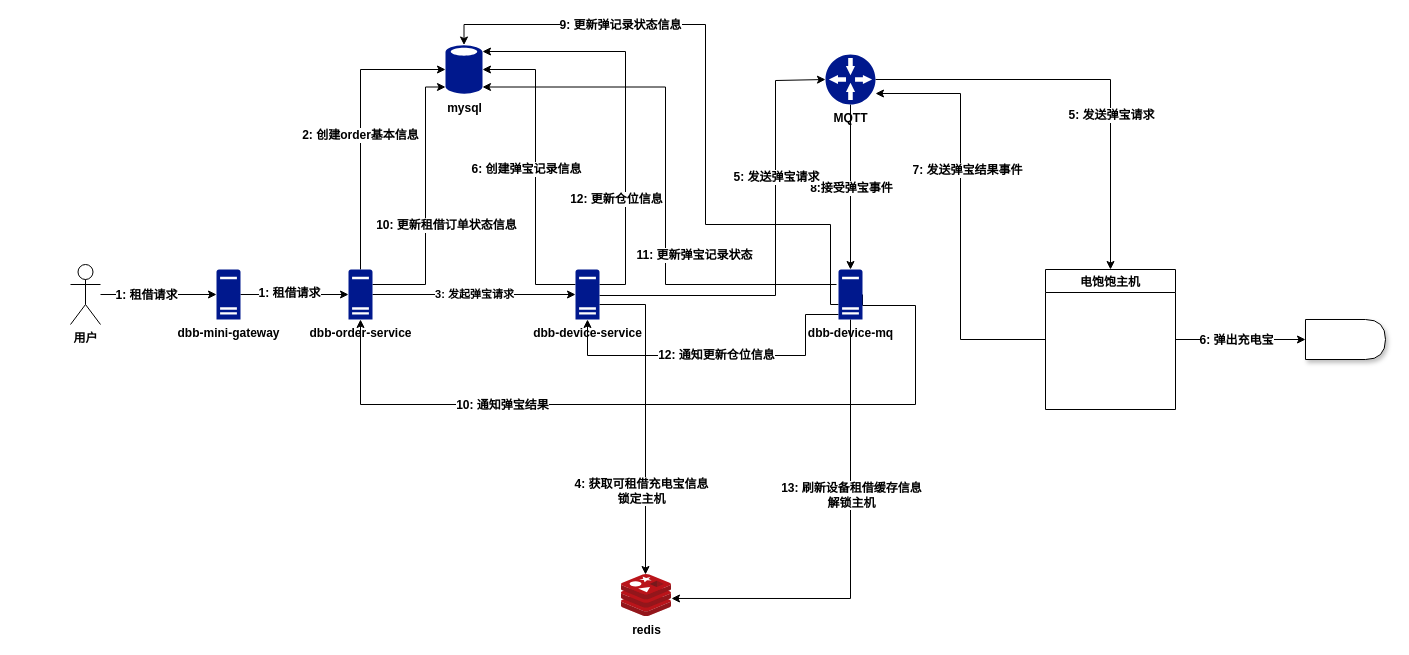
This is dbb work flow.drawio from unmurphy/markdown-photo, a draw.io file, before an edit. Source tidied: cells renumbered, new cells numbered last; positions are measured from the earlier drawing's top-left corner, leaving out a move shared by most shapes. Both pictures are drawn from the tidied source at 100%, with x=0, y=0 at pixel (70, 24).
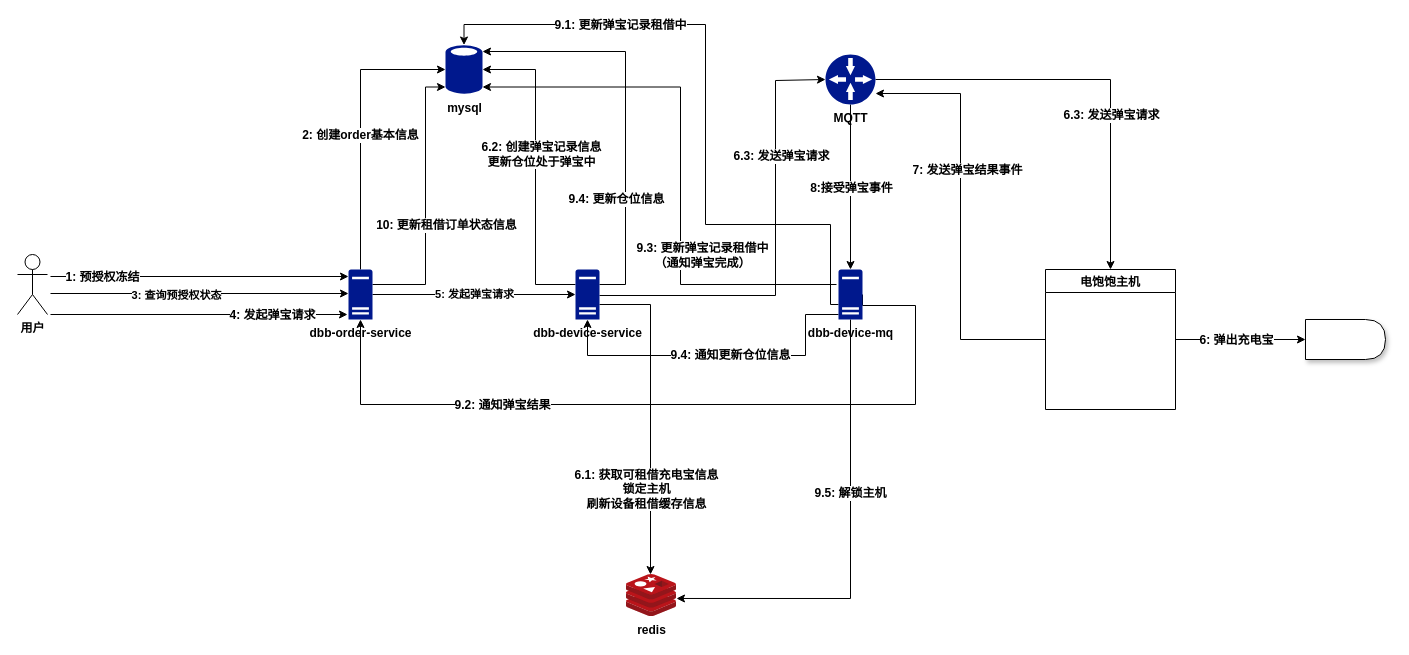
The same diagram, later.

The change refers to these unchanged cells:
```xml
<mxCell id="10" style="edgeStyle=orthogonalEdgeStyle;rounded=0;jettySize=auto;html=1;entryX=0.5;entryY=0;entryDx=0;entryDy=0;" parent="1" edge="1" source="14" target="9">
  <mxGeometry relative="1" as="geometry" />
</mxCell>
<mxCell id="20" value="dbb-order-service" style="shadow=0;dashed=0;html=1;strokeColor=none;labelPosition=center;verticalLabelPosition=bottom;verticalAlign=top;align=center;fillColor=#00188D;shape=mxgraph.mscae.enterprise.server_generic;fontStyle=1;" parent="1" vertex="1">
  <mxGeometry x="278" y="245" width="24" height="50" as="geometry" />
</mxCell>
<mxCell id="21" style="edgeStyle=orthogonalEdgeStyle;rounded=0;jettySize=auto;html=1;entryX=1;entryY=0.5;entryDx=0;entryDy=0;entryPerimeter=0;" parent="1" edge="1" source="31" target="35">
  <mxGeometry relative="1" as="geometry">
    <Array as="points">
      <mxPoint x="465" y="260" />
      <mxPoint x="465" y="45" />
    </Array>
  </mxGeometry>
</mxCell>
<mxCell id="25" style="edgeStyle=orthogonalEdgeStyle;rounded=0;jettySize=auto;html=1;entryX=0;entryY=0.5;entryDx=0;entryDy=0;entryPerimeter=0;" parent="1" edge="1" source="31" target="14">
  <mxGeometry relative="1" as="geometry">
    <Array as="points">
      <mxPoint x="705" y="271" />
      <mxPoint x="705" y="56" />
    </Array>
  </mxGeometry>
</mxCell>
<mxCell id="29" style="edgeStyle=orthogonalEdgeStyle;rounded=0;jettySize=auto;html=1;entryX=1;entryY=0.14;entryDx=0;entryDy=0;entryPerimeter=0;" parent="1" edge="1" source="31" target="35">
  <mxGeometry relative="1" as="geometry">
    <Array as="points">
      <mxPoint x="555" y="260" />
      <mxPoint x="555" y="27" />
    </Array>
  </mxGeometry>
</mxCell>
<mxCell id="31" value="dbb-device-service" style="shadow=0;dashed=0;html=1;strokeColor=none;labelPosition=center;verticalLabelPosition=bottom;verticalAlign=top;align=center;fillColor=#00188D;shape=mxgraph.mscae.enterprise.server_generic;fontStyle=1;" parent="1" vertex="1">
  <mxGeometry x="505" y="245" width="24" height="50" as="geometry" />
</mxCell>
<mxCell id="35" value="mysql" style="shadow=0;dashed=0;html=1;strokeColor=none;labelPosition=center;verticalLabelPosition=bottom;verticalAlign=top;align=center;fillColor=#00188D;shape=mxgraph.mscae.enterprise.database_generic;fontStyle=1;" parent="1" vertex="1">
  <mxGeometry x="375" y="20" width="37" height="50" as="geometry" />
</mxCell>
<mxCell id="38" style="edgeStyle=orthogonalEdgeStyle;rounded=0;jettySize=auto;html=1;entryX=0.5;entryY=0.01;entryDx=0;entryDy=0;entryPerimeter=0;" parent="1" edge="1" source="46" target="35">
  <mxGeometry relative="1" as="geometry">
    <Array as="points">
      <mxPoint x="760" y="280" />
      <mxPoint x="760" y="200" />
      <mxPoint x="635" y="200" />
      <mxPoint x="635" />
      <mxPoint x="394" />
    </Array>
  </mxGeometry>
</mxCell>
<mxCell id="40" style="edgeStyle=orthogonalEdgeStyle;rounded=0;jettySize=auto;html=1;entryX=0.5;entryY=1;entryDx=0;entryDy=0;entryPerimeter=0;exitX=1;exitY=0.5;exitDx=0;exitDy=0;exitPerimeter=0;" parent="1" edge="1" source="46" target="20">
  <mxGeometry relative="1" as="geometry">
    <Array as="points">
      <mxPoint x="792" y="281" />
      <mxPoint x="845" y="281" />
      <mxPoint x="845" y="380" />
      <mxPoint x="290" y="380" />
    </Array>
  </mxGeometry>
</mxCell>
<mxCell id="42" style="edgeStyle=orthogonalEdgeStyle;rounded=0;jettySize=auto;html=1;entryX=0.5;entryY=1;entryDx=0;entryDy=0;entryPerimeter=0;" parent="1" edge="1" source="46" target="31">
  <mxGeometry relative="1" as="geometry">
    <Array as="points">
      <mxPoint x="735" y="290" />
      <mxPoint x="735" y="331" />
      <mxPoint x="517" y="331" />
    </Array>
  </mxGeometry>
</mxCell>
<mxCell id="44" style="edgeStyle=orthogonalEdgeStyle;rounded=0;jettySize=auto;html=1;entryX=1;entryY=0.571;entryDx=0;entryDy=0;entryPerimeter=0;" parent="1" edge="1" source="46" target="36">
  <mxGeometry relative="1" as="geometry">
    <Array as="points">
      <mxPoint x="780" y="574" />
    </Array>
  </mxGeometry>
</mxCell>
```

Diff of the diagram source:
```diff
@@
-    <mxCell id="2" style="edgeStyle=orthogonalEdgeStyle;rounded=0;jettySize=auto;html=1;entryX=0;entryY=0.5;entryDx=0;entryDy=0;entryPerimeter=0;fontStyle=1;" parent="1" edge="1" source="4" target="34">
-      <mxGeometry relative="1" as="geometry" />
+    <mxCell id="2" style="edgeStyle=orthogonalEdgeStyle;rounded=0;orthogonalLoop=1;jettySize=auto;html=1;fontStyle=1;" parent="1" edge="1">
+      <mxGeometry relative="1" as="geometry">
+        <mxPoint x="-20" y="252" as="sourcePoint" />
+        <mxPoint x="278" y="252" as="targetPoint" />
+      </mxGeometry>
     </mxCell>
-    <mxCell id="3" value="1: 租借请求" style="text;html=1;align=center;verticalAlign=middle;labelBackgroundColor=#ffffff;fontStyle=1;" parent="2" vertex="1">
-      <mxGeometry x="-0.23" relative="1" as="geometry" />
+    <mxCell id="3" value="1: 预授权冻结" style="text;html=1;align=center;verticalAlign=middle;labelBackgroundColor=#ffffff;fontStyle=1;" parent="2" vertex="1">
+      <mxGeometry x="-0.23" relative="1" as="geometry">
+        <mxPoint x="-64" as="offset" />
+      </mxGeometry>
     </mxCell>
+    <mxCell id="47" style="edgeStyle=orthogonalEdgeStyle;rounded=0;orthogonalLoop=1;jettySize=auto;html=1;entryX=0;entryY=0.5;entryDx=0;entryDy=0;entryPerimeter=0;fontStyle=1;" parent="1" edge="1">
+      <mxGeometry x="0.08" relative="1" as="geometry">
+        <mxPoint x="-20" y="269" as="sourcePoint" />
+        <mxPoint x="278" y="269" as="targetPoint" />
+      </mxGeometry>
+    </mxCell>
+    <mxCell id="48" value="&lt;span style=&quot;font-size: 11px ; font-weight: 700&quot;&gt;3: 查询预授权状态&lt;/span&gt;" style="text;html=1;align=center;verticalAlign=middle;labelBackgroundColor=#ffffff;" parent="47" vertex="1">
+      <mxGeometry x="-0.58" y="-1" relative="1" as="geometry">
+        <mxPoint x="62" as="offset" />
+      </mxGeometry>
+    </mxCell>
+    <mxCell id="49" style="edgeStyle=orthogonalEdgeStyle;rounded=0;orthogonalLoop=1;jettySize=auto;html=1;" parent="1" edge="1">
+      <mxGeometry relative="1" as="geometry">
+        <mxPoint x="-20" y="290" as="sourcePoint" />
+        <mxPoint x="277" y="290" as="targetPoint" />
+      </mxGeometry>
+    </mxCell>
+    <mxCell id="50" value="4: 发起弹宝请求" style="text;html=1;align=center;verticalAlign=middle;labelBackgroundColor=#ffffff;fontStyle=1;" parent="49" vertex="1">
+      <mxGeometry x="0.1" y="1" relative="1" as="geometry">
+        <mxPoint x="58" y="1" as="offset" />
+      </mxGeometry>
+    </mxCell>
     <mxCell id="4" value="&lt;b&gt;用户&lt;/b&gt;" style="shape=umlActor;verticalLabelPosition=bottom;labelBackgroundColor=#ffffff;verticalAlign=top;html=1;outlineConnect=0;" parent="1" vertex="1">
-      <mxGeometry y="240" width="30" height="60" as="geometry" />
+      <mxGeometry x="-53" y="230" width="30" height="60" as="geometry" />
     </mxCell>
@@
-    <mxCell id="11" value="&lt;b&gt;5: 发送弹宝请求&lt;/b&gt;" style="text;html=1;align=center;verticalAlign=middle;labelBackgroundColor=#ffffff;" parent="10" vertex="1">
+    <mxCell id="11" value="&lt;b&gt;6.3: 发送弹宝请求&lt;/b&gt;" style="text;html=1;align=center;verticalAlign=middle;labelBackgroundColor=#ffffff;" parent="10" vertex="1">
       <mxGeometry x="0.27" relative="1" as="geometry" />
     </mxCell>
@@
-    <mxCell id="17" value="&lt;b&gt;3: 发起弹宝请求&lt;br&gt;&lt;/b&gt;" style="edgeStyle=orthogonalEdgeStyle;rounded=0;jettySize=auto;html=1;entryX=0;entryY=0.5;entryDx=0;entryDy=0;entryPerimeter=0;" parent="1" edge="1" source="20" target="31">
+    <mxCell id="17" value="&lt;b&gt;5: 发起弹宝请求&lt;br&gt;&lt;/b&gt;" style="edgeStyle=orthogonalEdgeStyle;rounded=0;jettySize=auto;html=1;entryX=0;entryY=0.5;entryDx=0;entryDy=0;entryPerimeter=0;" parent="1" edge="1" source="20" target="31">
       <mxGeometry relative="1" as="geometry" />
     </mxCell>
@@
-    <mxCell id="22" value="6: 创建弹宝记录信息" style="text;html=1;align=center;verticalAlign=middle;labelBackgroundColor=#ffffff;fontStyle=1;" parent="21" vertex="1">
+    <mxCell id="22" value="6.2: 创建弹宝记录信息&lt;br&gt;更新仓位处于弹宝中" style="text;html=1;align=center;verticalAlign=middle;labelBackgroundColor=#ffffff;fontStyle=1;" parent="21" vertex="1">
       <mxGeometry x="-0.02" y="-1" relative="1" as="geometry">
-        <mxPoint x="-11" y="-5" as="offset" />
+        <mxPoint x="4" y="-20" as="offset" />
       </mxGeometry>
     </mxCell>
     <mxCell id="23" style="edgeStyle=orthogonalEdgeStyle;rounded=0;jettySize=auto;html=1;" parent="1" edge="1" source="31" target="36">
       <mxGeometry relative="1" as="geometry">
         <Array as="points">
-          <mxPoint x="575" y="280" />
+          <mxPoint x="580" y="280" />
         </Array>
       </mxGeometry>
     </mxCell>
-    <mxCell id="24" value="4: 获取可租借充电宝信息&lt;br&gt;锁定主机" style="text;html=1;align=center;verticalAlign=middle;labelBackgroundColor=#ffffff;fontStyle=1;" parent="23" vertex="1">
+    <mxCell id="24" value="6.1: 获取可租借充电宝信息&lt;br&gt;锁定主机&lt;br&gt;刷新设备租借缓存信息" style="text;html=1;align=center;verticalAlign=middle;labelBackgroundColor=#ffffff;fontStyle=1;" parent="23" vertex="1">
       <mxGeometry x="0.24" y="-3" relative="1" as="geometry">
         <mxPoint x="-2" y="36" as="offset" />
       </mxGeometry>
     </mxCell>
@@
-    <mxCell id="26" value="&lt;b&gt;5: 发送弹宝请求&lt;br&gt;&lt;/b&gt;" style="text;html=1;align=center;verticalAlign=middle;labelBackgroundColor=#ffffff;" parent="25" vertex="1">
+    <mxCell id="26" value="&lt;b&gt;6.3: 发送弹宝请求&lt;br&gt;&lt;/b&gt;" style="text;html=1;align=center;verticalAlign=middle;labelBackgroundColor=#ffffff;" parent="25" vertex="1">
       <mxGeometry x="-0.1" y="1" relative="1" as="geometry">
-        <mxPoint x="1" y="-97" as="offset" />
+        <mxPoint x="6" y="-118" as="offset" />
       </mxGeometry>
     </mxCell>
     <mxCell id="27" style="edgeStyle=orthogonalEdgeStyle;rounded=0;jettySize=auto;html=1;entryX=1;entryY=0.85;entryDx=0;entryDy=0;entryPerimeter=0;" parent="1" edge="1" target="35">
       <mxGeometry relative="1" as="geometry">
         <mxPoint x="766" y="260" as="sourcePoint" />
         <Array as="points">
-          <mxPoint x="766" y="260" />
-          <mxPoint x="595" y="260" />
-          <mxPoint x="595" y="63" />
+          <mxPoint x="610" y="260" />
+          <mxPoint x="610" y="63" />
         </Array>
       </mxGeometry>
     </mxCell>
-    <mxCell id="28" value="11: 更新弹宝记录状态" style="text;html=1;align=center;verticalAlign=middle;labelBackgroundColor=#ffffff;fontStyle=1;" parent="27" vertex="1">
+    <mxCell id="28" value="9.3: 更新弹宝记录租借中&lt;br&gt;（通知弹宝完成）" style="text;html=1;align=center;verticalAlign=middle;labelBackgroundColor=#ffffff;fontStyle=1;" parent="27" vertex="1">
       <mxGeometry x="-0.6" relative="1" as="geometry">
-        <mxPoint x="-33" y="-30" as="offset" />
+        <mxPoint x="-25" y="-30" as="offset" />
       </mxGeometry>
     </mxCell>
@@
-    <mxCell id="30" value="12: 更新仓位信息" style="text;html=1;align=center;verticalAlign=middle;labelBackgroundColor=#ffffff;fontStyle=1;" parent="29" vertex="1">
+    <mxCell id="30" value="9.4: 更新仓位信息" style="text;html=1;align=center;verticalAlign=middle;labelBackgroundColor=#ffffff;fontStyle=1;" parent="29" vertex="1">
       <mxGeometry x="0.07" y="1" relative="1" as="geometry">
         <mxPoint x="-9" y="103" as="offset" />
       </mxGeometry>
     </mxCell>
@@
-    <mxCell id="32" style="edgeStyle=orthogonalEdgeStyle;rounded=0;jettySize=auto;html=1;entryX=0;entryY=0.5;entryDx=0;entryDy=0;entryPerimeter=0;" parent="1" edge="1" source="34" target="20">
-      <mxGeometry relative="1" as="geometry" />
-    </mxCell>
-    <mxCell id="33" value="1: 租借请求" style="text;html=1;align=center;verticalAlign=middle;labelBackgroundColor=#ffffff;fontStyle=1;" parent="32" vertex="1">
-      <mxGeometry x="-0.22" y="2" relative="1" as="geometry">
-        <mxPoint x="6" as="offset" />
-      </mxGeometry>
-    </mxCell>
-    <mxCell id="34" value="dbb-mini-gateway" style="shadow=0;dashed=0;html=1;strokeColor=none;labelPosition=center;verticalLabelPosition=bottom;verticalAlign=top;align=center;fillColor=#00188D;shape=mxgraph.mscae.enterprise.server_generic;fontStyle=1;" parent="1" vertex="1">
-      <mxGeometry x="146" y="245" width="24" height="50" as="geometry" />
-    </mxCell>
@@
     <mxCell id="36" value="redis" style="html=1;points=[];align=center;image;fontSize=12;image=img/lib/mscae/Cache_Redis_Product.svg;fontStyle=1;" parent="1" vertex="1">
-      <mxGeometry x="551" y="550" width="50" height="42" as="geometry" />
+      <mxGeometry x="556" y="550" width="50" height="42" as="geometry" />
     </mxCell>
@@
-    <mxCell id="39" value="&lt;b&gt;9: 更新弹记录状态信息&lt;/b&gt;" style="text;html=1;align=center;verticalAlign=middle;labelBackgroundColor=#ffffff;" parent="38" vertex="1">
+    <mxCell id="39" value="&lt;b&gt;9.1: 更新弹宝记录租借中&lt;/b&gt;" style="text;html=1;align=center;verticalAlign=middle;labelBackgroundColor=#ffffff;" parent="38" vertex="1">
       <mxGeometry x="0.56" y="-1" relative="1" as="geometry">
         <mxPoint x="28" y="1" as="offset" />
       </mxGeometry>
     </mxCell>
@@
-    <mxCell id="41" value="&lt;b&gt;10: 通知弹宝结果&lt;/b&gt;" style="text;html=1;align=center;verticalAlign=middle;labelBackgroundColor=#ffffff;" parent="40" vertex="1">
+    <mxCell id="41" value="&lt;b&gt;9.2: 通知弹宝结果&lt;/b&gt;" style="text;html=1;align=center;verticalAlign=middle;labelBackgroundColor=#ffffff;" parent="40" vertex="1">
       <mxGeometry x="0.02" y="1" relative="1" as="geometry">
         <mxPoint x="-167" y="-1" as="offset" />
       </mxGeometry>
     </mxCell>
@@
-    <mxCell id="43" value="12: 通知更新仓位信息" style="text;html=1;align=center;verticalAlign=middle;labelBackgroundColor=#ffffff;fontStyle=1;" parent="42" vertex="1">
+    <mxCell id="43" value="9.4: 通知更新仓位信息" style="text;html=1;align=center;verticalAlign=middle;labelBackgroundColor=#ffffff;fontStyle=1;" parent="42" vertex="1">
       <mxGeometry x="0.08" relative="1" as="geometry">
-        <mxPoint x="13" y="-1" as="offset" />
+        <mxPoint x="27" y="-1" as="offset" />
       </mxGeometry>
     </mxCell>
@@
-    <mxCell id="45" value="13: 刷新设备租借缓存信息&lt;br&gt;解锁主机" style="text;html=1;align=center;verticalAlign=middle;labelBackgroundColor=#ffffff;fontStyle=1;" parent="44" vertex="1">
+    <mxCell id="45" value="9.5:&amp;nbsp;解锁主机" style="text;html=1;align=center;verticalAlign=middle;labelBackgroundColor=#ffffff;fontStyle=1;" parent="44" vertex="1">
       <mxGeometry x="0.22" y="-1" relative="1" as="geometry">
         <mxPoint y="-103" as="offset" />
       </mxGeometry>
     </mxCell>
```
